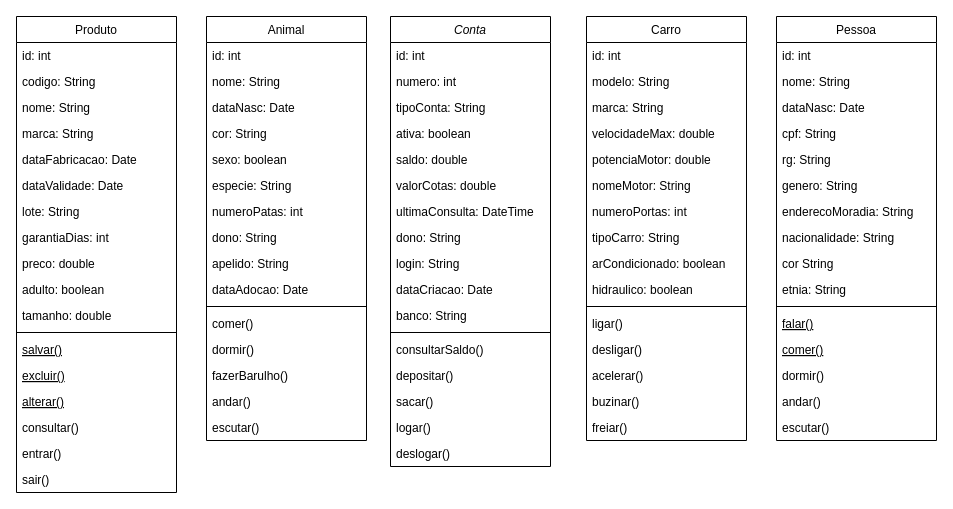
The draw.io diagram Exercicios-28-05-2021/Exercicio001.drawio in BrenoAugustoComandolli/UnisociescExercicios, before the edit. Source tidied: cells renumbered, new cells numbered last; positions are measured from the earlier drawing's top-left corner, leaving out a move shared by most shapes. Both pictures are drawn from the tidied source at 100%, with x=0, y=0 at pixel (16, 16).
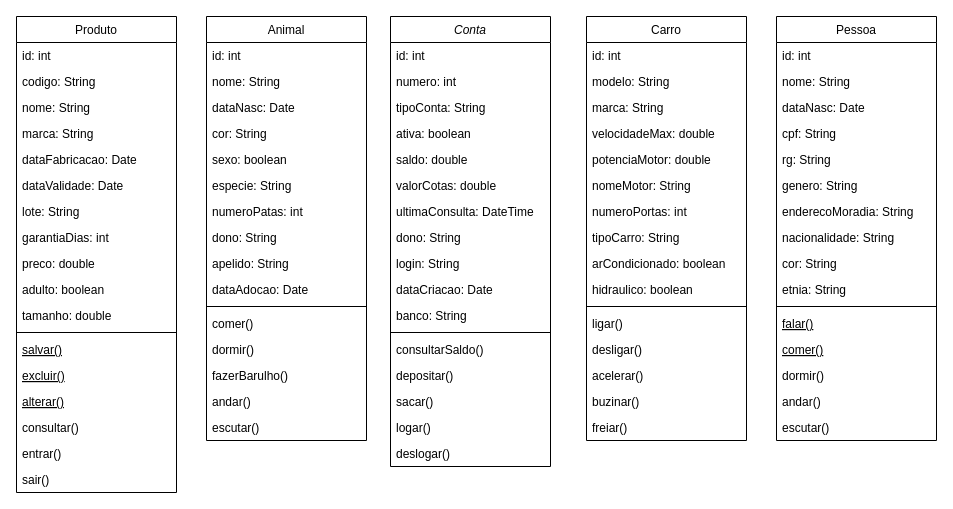
After the change.

The change refers to these unchanged cells:
```xml
<mxCell id="20" value="Pessoa" style="swimlane;fontStyle=0;align=center;verticalAlign=top;horizontal=1;startSize=26;rounded=0;shadow=0;strokeWidth=1;" parent="1" vertex="1">
  <mxGeometry x="760" width="160" height="424" as="geometry" />
</mxCell>
```

The edit, as a diff of the source:
```diff
@@
-    <mxCell id="29" value="cor String" style="text;align=left;verticalAlign=top;spacingLeft=4;spacingRight=4;overflow=hidden;rounded=0;shadow=0;html=0;" parent="20" vertex="1">
+    <mxCell id="29" value="cor: String" style="text;align=left;verticalAlign=top;spacingLeft=4;spacingRight=4;overflow=hidden;rounded=0;shadow=0;html=0;" parent="20" vertex="1">
       <mxGeometry y="234" width="160" height="26" as="geometry" />
     </mxCell>
```
